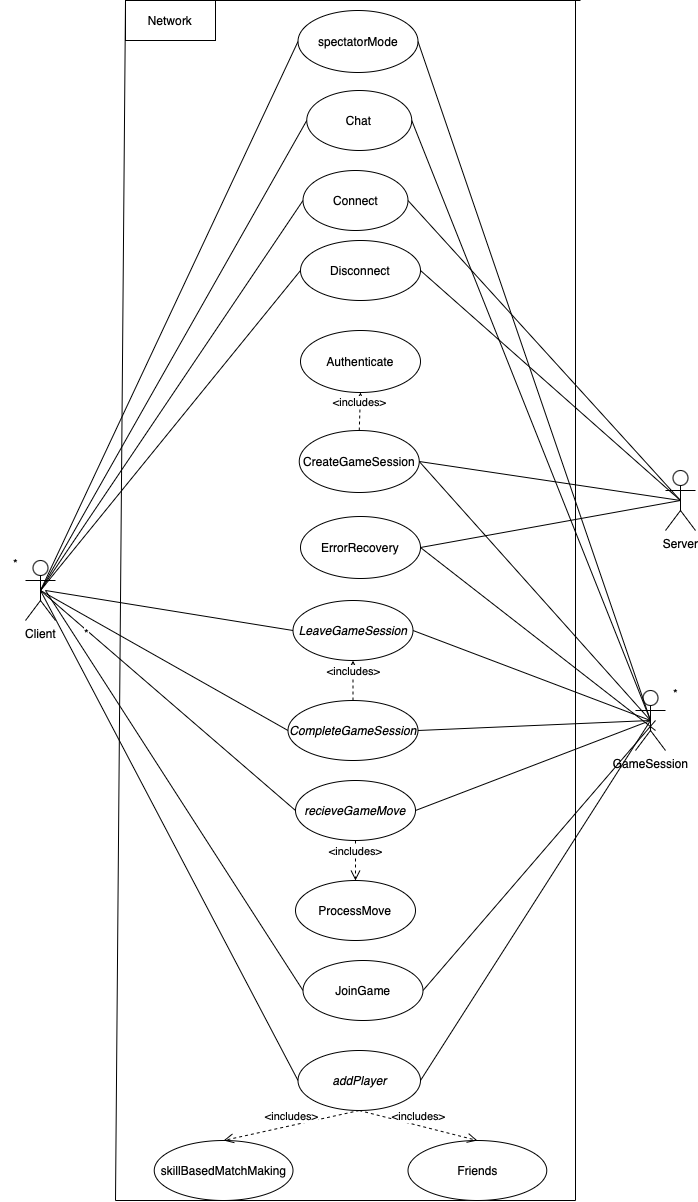
The draw.io diagram docs/diagrams/NetworkingUseCaseDiagram.png in marinara782/OMG-Multiplayer-Project, before a commit. Source tidied: cells renumbered, new cells last; positions are measured from the earlier drawing's top-left corner, leaving out a move shared by most shapes.
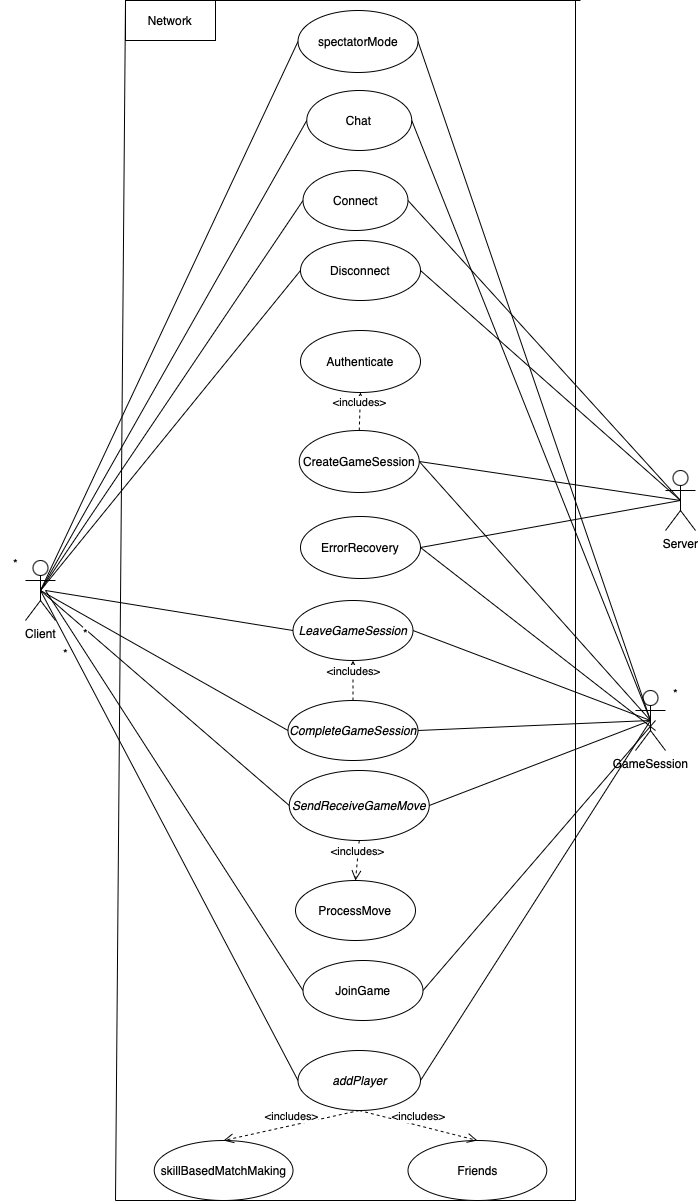
The same file after the commit.

Change to the diagram source:
```diff
@@ -29,8 +29,8 @@
     <mxCell id="10" style="endArrow=none;html=1;rounded=0;exitX=1;exitY=0.5;exitDx=0;exitDy=0;entryX=0.5;entryY=0.5;entryDx=0;entryDy=0;entryPerimeter=0;" parent="1" edge="1" source="6" target="3">
       <mxGeometry relative="1" as="geometry" />
     </mxCell>
-    <mxCell id="11" value="&lt;i&gt;recieveGameMove&lt;/i&gt;" style="ellipse;whiteSpace=wrap;html=1;" parent="1" vertex="1">
-      <mxGeometry x="295" y="780" width="120" height="60" as="geometry" />
+    <mxCell id="11" value="&lt;i&gt;SendReceiveGameMove&lt;/i&gt;" style="ellipse;whiteSpace=wrap;html=1;" parent="1" vertex="1">
+      <mxGeometry x="288.8" y="770" width="140" height="70" as="geometry" />
     </mxCell>
     <mxCell id="12" style="endArrow=none;html=1;rounded=0;exitX=0.5;exitY=0.5;exitDx=0;exitDy=0;exitPerimeter=0;entryX=0;entryY=0.5;entryDx=0;entryDy=0;" parent="1" edge="1" source="2" target="11">
       <mxGeometry relative="1" as="geometry" />
@@ -183,5 +183,8 @@
         <mxPoint x="655" y="730" as="sourcePoint" />
       </mxGeometry>
     </mxCell>
+    <mxCell id="55" value="*" style="text;html=1;align=center;verticalAlign=middle;strokeColor=none;fillColor=none;" parent="1" vertex="1">
+      <mxGeometry x="50" y="638" width="30" height="30" as="geometry" />
+    </mxCell>
   </root>
 </mxGraphModel>
```
